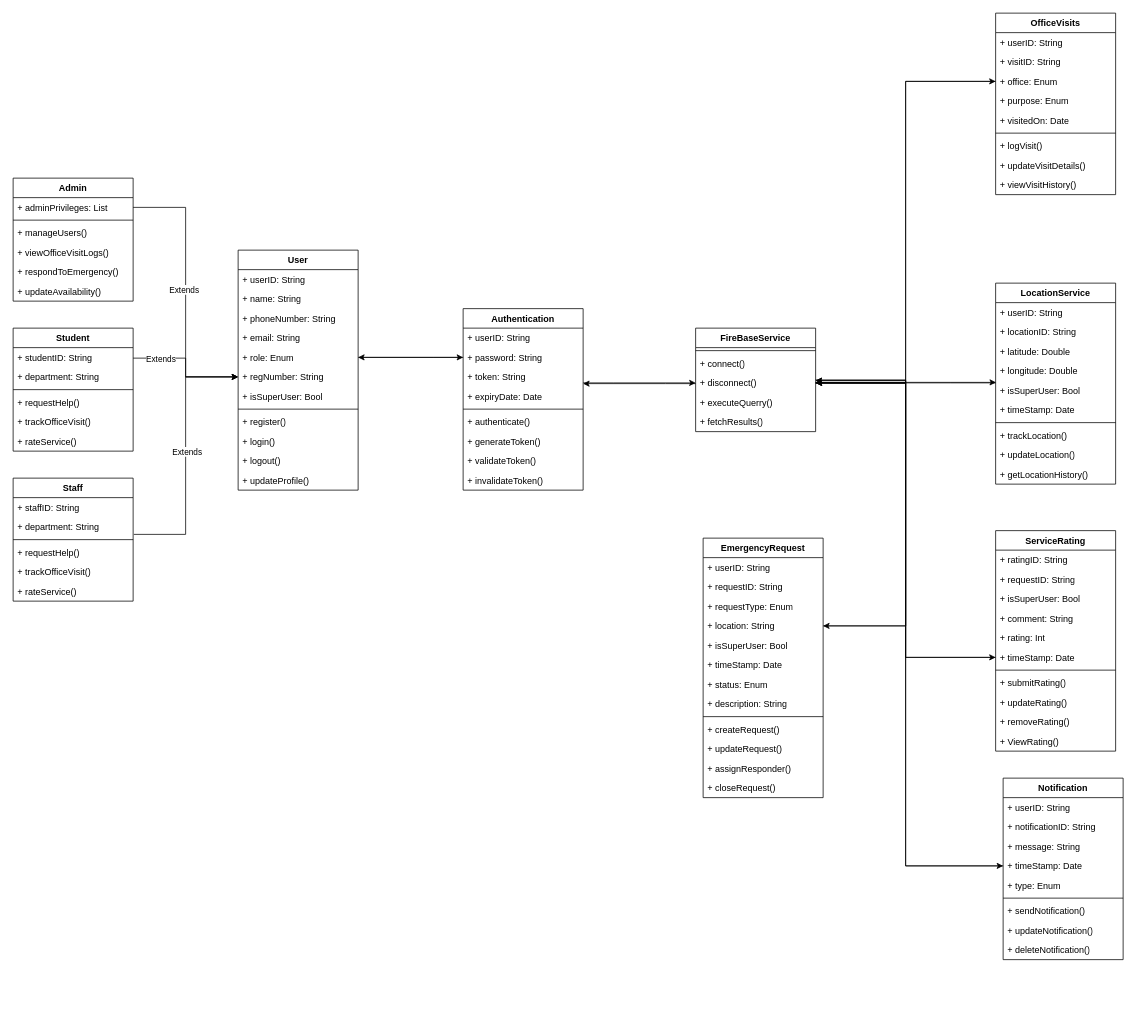
Above: documentation/UML/ClassDiagram.drawio in JohnKibocha/dekut_call_for_help (draw.io), before the change. Source tidied: cells renumbered, new cells numbered last; positions are measured from the earlier drawing's top-left corner, leaving out a move shared by most shapes. Both pictures are drawn from the tidied source at 75%, with x=0, y=0 at pixel (13, 13).
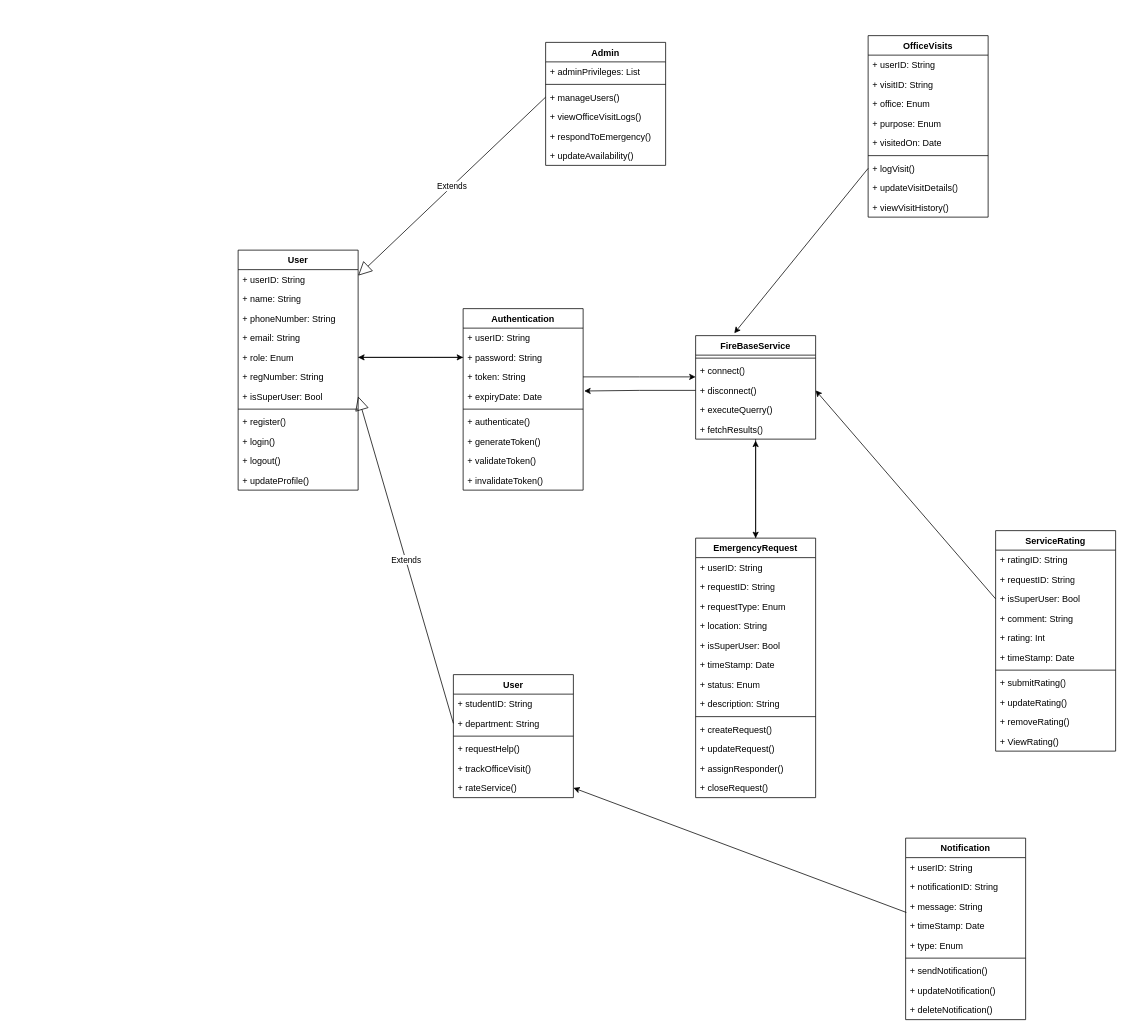
The same page after the edit.

Unchanged cells that the change refers to:
```xml
<mxCell id="8" value="+ regNumber: String" style="text;strokeColor=none;fillColor=none;align=left;verticalAlign=top;spacingLeft=4;spacingRight=4;overflow=hidden;points=[[0,0.5],[1,0.5]];portConstraint=eastwest;whiteSpace=wrap;html=1;" parent="2" vertex="1">
  <mxGeometry y="156" width="160" height="26" as="geometry" />
</mxCell>
<mxCell id="9" value="+ isSuperUser: Bool" style="text;strokeColor=none;fillColor=none;align=left;verticalAlign=top;spacingLeft=4;spacingRight=4;overflow=hidden;points=[[0,0.5],[1,0.5]];portConstraint=eastwest;whiteSpace=wrap;html=1;" parent="2" vertex="1">
  <mxGeometry y="182" width="160" height="26" as="geometry" />
</mxCell>
<mxCell id="18" value="+ studentID: String" style="text;strokeColor=none;fillColor=none;align=left;verticalAlign=top;spacingLeft=4;spacingRight=4;overflow=hidden;points=[[0,0.5],[1,0.5]];portConstraint=eastwest;whiteSpace=wrap;html=1;" parent="17" vertex="1">
  <mxGeometry y="26" width="160" height="26" as="geometry" />
</mxCell>
<mxCell id="19" value="+ department: String" style="text;strokeColor=none;fillColor=none;align=left;verticalAlign=top;spacingLeft=4;spacingRight=4;overflow=hidden;points=[[0,0.5],[1,0.5]];portConstraint=eastwest;whiteSpace=wrap;html=1;" parent="17" vertex="1">
  <mxGeometry y="52" width="160" height="26" as="geometry" />
</mxCell>
<mxCell id="23" value="+ rateService()" style="text;strokeColor=none;fillColor=none;align=left;verticalAlign=top;spacingLeft=4;spacingRight=4;overflow=hidden;points=[[0,0.5],[1,0.5]];portConstraint=eastwest;whiteSpace=wrap;html=1;" parent="17" vertex="1">
  <mxGeometry y="138" width="160" height="26" as="geometry" />
</mxCell>
<mxCell id="25" value="+ adminPrivileges: List&amp;nbsp;" style="text;strokeColor=none;fillColor=none;align=left;verticalAlign=top;spacingLeft=4;spacingRight=4;overflow=hidden;points=[[0,0.5],[1,0.5]];portConstraint=eastwest;whiteSpace=wrap;html=1;" parent="24" vertex="1">
  <mxGeometry y="26" width="160" height="26" as="geometry" />
</mxCell>
<mxCell id="27" value="+ manageUsers()" style="text;strokeColor=none;fillColor=none;align=left;verticalAlign=top;spacingLeft=4;spacingRight=4;overflow=hidden;points=[[0,0.5],[1,0.5]];portConstraint=eastwest;whiteSpace=wrap;html=1;" parent="24" vertex="1">
  <mxGeometry y="60" width="160" height="26" as="geometry" />
</mxCell>
<mxCell id="43" value="Authentication" style="swimlane;fontStyle=1;align=center;verticalAlign=top;horizontal=1;startSize=26;whiteSpace=wrap;html=1;" parent="1" vertex="1">
  <mxGeometry x="600" y="394" width="160" height="242" as="geometry" />
</mxCell>
<mxCell id="46" value="+ token: String" style="text;strokeColor=none;fillColor=none;align=left;verticalAlign=top;spacingLeft=4;spacingRight=4;overflow=hidden;points=[[0,0.5],[1,0.5]];portConstraint=eastwest;whiteSpace=wrap;html=1;" parent="43" vertex="1">
  <mxGeometry y="78" width="160" height="26" as="geometry" />
</mxCell>
<mxCell id="47" value="+ expiryDate: Date" style="text;strokeColor=none;fillColor=none;align=left;verticalAlign=top;spacingLeft=4;spacingRight=4;overflow=hidden;points=[[0,0.5],[1,0.5]];portConstraint=eastwest;whiteSpace=wrap;html=1;" parent="43" vertex="1">
  <mxGeometry y="104" width="160" height="26" as="geometry" />
</mxCell>
<mxCell id="56" value="+ disconnect()" style="text;strokeColor=none;fillColor=none;align=left;verticalAlign=top;spacingLeft=4;spacingRight=4;overflow=hidden;points=[[0,0.5],[1,0.5]];portConstraint=eastwest;whiteSpace=wrap;html=1;" parent="53" vertex="1">
  <mxGeometry y="60" width="160" height="26" as="geometry" />
</mxCell>
<mxCell id="65" value="+ office: Enum" style="text;strokeColor=none;fillColor=none;align=left;verticalAlign=top;spacingLeft=4;spacingRight=4;overflow=hidden;points=[[0,0.5],[1,0.5]];portConstraint=eastwest;whiteSpace=wrap;html=1;" parent="62" vertex="1">
  <mxGeometry y="78" width="160" height="26" as="geometry" />
</mxCell>
<mxCell id="69" value="+ logVisit()" style="text;strokeColor=none;fillColor=none;align=left;verticalAlign=top;spacingLeft=4;spacingRight=4;overflow=hidden;points=[[0,0.5],[1,0.5]];portConstraint=eastwest;whiteSpace=wrap;html=1;" parent="62" vertex="1">
  <mxGeometry y="164" width="160" height="26" as="geometry" />
</mxCell>
<mxCell id="87" value="+ isSuperUser: Bool" style="text;strokeColor=none;fillColor=none;align=left;verticalAlign=top;spacingLeft=4;spacingRight=4;overflow=hidden;points=[[0,0.5],[1,0.5]];portConstraint=eastwest;whiteSpace=wrap;html=1;" parent="84" vertex="1">
  <mxGeometry y="78" width="160" height="26" as="geometry" />
</mxCell>
<mxCell id="90" value="+ timeStamp: Date" style="text;strokeColor=none;fillColor=none;align=left;verticalAlign=top;spacingLeft=4;spacingRight=4;overflow=hidden;points=[[0,0.5],[1,0.5]];portConstraint=eastwest;whiteSpace=wrap;html=1;" parent="84" vertex="1">
  <mxGeometry y="156" width="160" height="26" as="geometry" />
</mxCell>
<mxCell id="99" value="+ message: String" style="text;strokeColor=none;fillColor=none;align=left;verticalAlign=top;spacingLeft=4;spacingRight=4;overflow=hidden;points=[[0,0.5],[1,0.5]];portConstraint=eastwest;whiteSpace=wrap;html=1;" parent="96" vertex="1">
  <mxGeometry y="78" width="160" height="26" as="geometry" />
</mxCell>
<mxCell id="101" value="+ timeStamp: Date" style="text;strokeColor=none;fillColor=none;align=left;verticalAlign=top;spacingLeft=4;spacingRight=4;overflow=hidden;points=[[0,0.5],[1,0.5]];portConstraint=eastwest;whiteSpace=wrap;html=1;" parent="96" vertex="1">
  <mxGeometry y="104" width="160" height="26" as="geometry" />
</mxCell>
<mxCell id="113" value="+ location: String" style="text;strokeColor=none;fillColor=none;align=left;verticalAlign=top;spacingLeft=4;spacingRight=4;overflow=hidden;points=[[0,0.5],[1,0.5]];portConstraint=eastwest;whiteSpace=wrap;html=1;" parent="109" vertex="1">
  <mxGeometry y="104" width="160" height="26" as="geometry" />
</mxCell>
```

The edit, as a diff of the source:
```diff
@@
-    <mxCell id="15" style="edgeStyle=orthogonalEdgeStyle;rounded=0;jettySize=auto;html=1;entryX=0;entryY=0.5;entryDx=0;entryDy=0;exitX=1.006;exitY=0.885;exitDx=0;exitDy=0;exitPerimeter=0;" parent="1" edge="1" source="37" target="8">
-      <mxGeometry relative="1" as="geometry">
-        <Array as="points">
-          <mxPoint x="230" y="695" />
-          <mxPoint x="230" y="485" />
-        </Array>
-      </mxGeometry>
-    </mxCell>
-    <mxCell id="16" value="Extends" style="edgeLabel;html=1;align=center;verticalAlign=middle;" parent="15" vertex="1">
-      <mxGeometry x="0.03" y="-1" relative="1" as="geometry" />
-    </mxCell>
-    <mxCell id="17" value="Student" style="swimlane;fontStyle=1;align=center;verticalAlign=top;horizontal=1;startSize=26;whiteSpace=wrap;html=1;" parent="1" vertex="1">
-      <mxGeometry y="420" width="160" height="164" as="geometry" />
+    <mxCell id="17" value="User" style="swimlane;fontStyle=1;align=center;verticalAlign=top;horizontal=1;startSize=26;whiteSpace=wrap;html=1;" parent="1" vertex="1">
+      <mxGeometry x="587" y="882" width="160" height="164" as="geometry" />
     </mxCell>
@@
     <mxCell id="24" value="Admin" style="swimlane;fontStyle=1;align=center;verticalAlign=top;horizontal=1;startSize=26;whiteSpace=wrap;html=1;" parent="1" vertex="1">
-      <mxGeometry y="220" width="160" height="164" as="geometry" />
+      <mxGeometry x="710" y="39" width="160" height="164" as="geometry" />
     </mxCell>
@@
-    <mxCell id="31" style="edgeStyle=orthogonalEdgeStyle;rounded=0;jettySize=auto;html=1;entryX=0;entryY=0.5;entryDx=0;entryDy=0;" parent="1" edge="1" source="25" target="8">
-      <mxGeometry relative="1" as="geometry" />
-    </mxCell>
-    <mxCell id="32" value="Extends" style="edgeLabel;html=1;align=center;verticalAlign=middle;" parent="31" vertex="1">
-      <mxGeometry x="-0.02" y="-3" relative="1" as="geometry" />
-    </mxCell>
-    <mxCell id="33" style="edgeStyle=orthogonalEdgeStyle;rounded=0;jettySize=auto;html=1;entryX=0;entryY=0.5;entryDx=0;entryDy=0;" parent="1" edge="1" source="18" target="8">
-      <mxGeometry relative="1" as="geometry">
-        <Array as="points">
-          <mxPoint x="230" y="460" />
-          <mxPoint x="230" y="485" />
-        </Array>
-      </mxGeometry>
-    </mxCell>
-    <mxCell id="34" value="Extends" style="edgeLabel;html=1;align=center;verticalAlign=middle;" parent="33" vertex="1">
-      <mxGeometry x="-0.56" relative="1" as="geometry" />
-    </mxCell>
-    <mxCell id="35" value="Staff" style="swimlane;fontStyle=1;align=center;verticalAlign=top;horizontal=1;startSize=26;whiteSpace=wrap;html=1;" parent="1" vertex="1">
-      <mxGeometry y="620" width="160" height="164" as="geometry" />
-    </mxCell>
-    <mxCell id="36" value="+ staffID: String" style="text;strokeColor=none;fillColor=none;align=left;verticalAlign=top;spacingLeft=4;spacingRight=4;overflow=hidden;whiteSpace=wrap;html=1;" parent="35" vertex="1">
-      <mxGeometry y="26" width="160" height="26" as="geometry" />
-    </mxCell>
-    <mxCell id="37" value="+ department: String" style="text;strokeColor=none;fillColor=none;align=left;verticalAlign=top;spacingLeft=4;spacingRight=4;overflow=hidden;points=[[0,0.5],[1,0.5]];portConstraint=eastwest;whiteSpace=wrap;html=1;" parent="35" vertex="1">
-      <mxGeometry y="52" width="160" height="26" as="geometry" />
-    </mxCell>
-    <mxCell id="38" style="line;strokeWidth=1;fillColor=none;align=left;verticalAlign=middle;spacingTop=-1;spacingLeft=3;spacingRight=3;labelPosition=right;strokeColor=inherit;" parent="35" vertex="1">
-      <mxGeometry y="78" width="160" height="8" as="geometry" />
-    </mxCell>
-    <mxCell id="39" value="+ requestHelp()" style="text;strokeColor=none;fillColor=none;align=left;verticalAlign=top;spacingLeft=4;spacingRight=4;overflow=hidden;whiteSpace=wrap;html=1;" parent="35" vertex="1">
-      <mxGeometry y="86" width="160" height="26" as="geometry" />
-    </mxCell>
-    <mxCell id="40" value="+ trackOfficeVisit()" style="text;strokeColor=none;fillColor=none;align=left;verticalAlign=top;spacingLeft=4;spacingRight=4;overflow=hidden;whiteSpace=wrap;html=1;" parent="35" vertex="1">
-      <mxGeometry y="112" width="160" height="26" as="geometry" />
-    </mxCell>
-    <mxCell id="41" value="+ rateService()" style="text;strokeColor=none;fillColor=none;align=left;verticalAlign=top;spacingLeft=4;spacingRight=4;overflow=hidden;whiteSpace=wrap;html=1;" parent="35" vertex="1">
-      <mxGeometry y="138" width="160" height="26" as="geometry" />
-    </mxCell>
@@
+    <mxCell id="129" style="edgeStyle=orthogonalEdgeStyle;rounded=0;jettySize=auto;html=1;" parent="43" edge="1" source="46">
+      <mxGeometry relative="1" as="geometry">
+        <mxPoint x="310" y="91" as="targetPoint" />
+      </mxGeometry>
+    </mxCell>
@@
+    <mxCell id="130" style="edgeStyle=orthogonalEdgeStyle;rounded=0;jettySize=auto;html=1;entryX=0.5;entryY=0;entryDx=0;entryDy=0;" parent="1" edge="1" source="53" target="109">
+      <mxGeometry relative="1" as="geometry" />
+    </mxCell>
     <mxCell id="53" value="FireBaseService" style="swimlane;fontStyle=1;align=center;verticalAlign=top;horizontal=1;startSize=26;whiteSpace=wrap;html=1;" parent="1" vertex="1">
-      <mxGeometry x="910" y="420" width="160" height="138" as="geometry" />
+      <mxGeometry x="910" y="430" width="160" height="138" as="geometry" />
     </mxCell>
@@
-    <mxCell id="60" style="edgeStyle=orthogonalEdgeStyle;rounded=0;jettySize=auto;html=1;entryX=1;entryY=-0.154;entryDx=0;entryDy=0;entryPerimeter=0;" parent="1" edge="1" source="53" target="47">
-      <mxGeometry relative="1" as="geometry">
-        <Array as="points">
-          <mxPoint x="870" y="494" />
-          <mxPoint x="870" y="494" />
-        </Array>
-      </mxGeometry>
-    </mxCell>
-    <mxCell id="61" style="edgeStyle=orthogonalEdgeStyle;rounded=0;jettySize=auto;html=1;" parent="1" edge="1" source="46" target="56">
-      <mxGeometry relative="1" as="geometry">
-        <Array as="points">
-          <mxPoint x="800" y="493" />
-          <mxPoint x="800" y="493" />
-        </Array>
-      </mxGeometry>
-    </mxCell>
     <mxCell id="62" value="OfficeVisits" style="swimlane;fontStyle=1;align=center;verticalAlign=top;horizontal=1;startSize=26;whiteSpace=wrap;html=1;" parent="1" vertex="1">
-      <mxGeometry x="1310" width="160" height="242" as="geometry" />
+      <mxGeometry x="1140" y="30" width="160" height="242" as="geometry" />
     </mxCell>
@@
-    <mxCell id="72" style="edgeStyle=orthogonalEdgeStyle;rounded=0;jettySize=auto;html=1;entryX=1;entryY=0.5;entryDx=0;entryDy=0;" parent="1" edge="1" source="73" target="56">
-      <mxGeometry relative="1" as="geometry">
-        <Array as="points">
-          <mxPoint x="1250" y="493" />
-          <mxPoint x="1250" y="493" />
-        </Array>
-      </mxGeometry>
-    </mxCell>
-    <mxCell id="73" value="LocationService" style="swimlane;fontStyle=1;align=center;verticalAlign=top;horizontal=1;startSize=26;whiteSpace=wrap;html=1;" parent="1" vertex="1">
-      <mxGeometry x="1310" y="360" width="160" height="268" as="geometry" />
-    </mxCell>
-    <mxCell id="74" value="+ userID: String" style="text;strokeColor=none;fillColor=none;align=left;verticalAlign=top;spacingLeft=4;spacingRight=4;overflow=hidden;whiteSpace=wrap;html=1;" parent="73" vertex="1">
-      <mxGeometry y="26" width="160" height="26" as="geometry" />
-    </mxCell>
-    <mxCell id="75" value="+ locationID: String" style="text;strokeColor=none;fillColor=none;align=left;verticalAlign=top;spacingLeft=4;spacingRight=4;overflow=hidden;whiteSpace=wrap;html=1;" parent="73" vertex="1">
-      <mxGeometry y="52" width="160" height="26" as="geometry" />
-    </mxCell>
-    <mxCell id="76" value="+ latitude: Double" style="text;strokeColor=none;fillColor=none;align=left;verticalAlign=top;spacingLeft=4;spacingRight=4;overflow=hidden;whiteSpace=wrap;html=1;" parent="73" vertex="1">
-      <mxGeometry y="78" width="160" height="26" as="geometry" />
-    </mxCell>
-    <mxCell id="77" value="+ longitude: Double" style="text;strokeColor=none;fillColor=none;align=left;verticalAlign=top;spacingLeft=4;spacingRight=4;overflow=hidden;whiteSpace=wrap;html=1;" parent="73" vertex="1">
-      <mxGeometry y="104" width="160" height="26" as="geometry" />
-    </mxCell>
-    <mxCell id="78" value="+ isSuperUser: Bool" style="text;strokeColor=none;fillColor=none;align=left;verticalAlign=top;spacingLeft=4;spacingRight=4;overflow=hidden;points=[[0,0.5],[1,0.5]];portConstraint=eastwest;whiteSpace=wrap;html=1;" parent="73" vertex="1">
-      <mxGeometry y="130" width="160" height="26" as="geometry" />
-    </mxCell>
-    <mxCell id="79" value="+ timeStamp: Date" style="text;strokeColor=none;fillColor=none;align=left;verticalAlign=top;spacingLeft=4;spacingRight=4;overflow=hidden;whiteSpace=wrap;html=1;" parent="73" vertex="1">
-      <mxGeometry y="156" width="160" height="26" as="geometry" />
-    </mxCell>
-    <mxCell id="80" style="line;strokeWidth=1;fillColor=none;align=left;verticalAlign=middle;spacingTop=-1;spacingLeft=3;spacingRight=3;labelPosition=right;strokeColor=inherit;" parent="73" vertex="1">
-      <mxGeometry y="182" width="160" height="8" as="geometry" />
-    </mxCell>
-    <mxCell id="81" value="+ trackLocation()" style="text;strokeColor=none;fillColor=none;align=left;verticalAlign=top;spacingLeft=4;spacingRight=4;overflow=hidden;whiteSpace=wrap;html=1;" parent="73" vertex="1">
-      <mxGeometry y="190" width="160" height="26" as="geometry" />
-    </mxCell>
-    <mxCell id="82" value="+ updateLocation()" style="text;strokeColor=none;fillColor=none;align=left;verticalAlign=top;spacingLeft=4;spacingRight=4;overflow=hidden;whiteSpace=wrap;html=1;" parent="73" vertex="1">
-      <mxGeometry y="216" width="160" height="26" as="geometry" />
-    </mxCell>
-    <mxCell id="83" value="+ getLocationHistory()" style="text;strokeColor=none;fillColor=none;align=left;verticalAlign=top;spacingLeft=4;spacingRight=4;overflow=hidden;whiteSpace=wrap;html=1;" parent="73" vertex="1">
-      <mxGeometry y="242" width="160" height="26" as="geometry" />
-    </mxCell>
@@
     <mxCell id="96" value="Notification" style="swimlane;fontStyle=1;align=center;verticalAlign=top;horizontal=1;startSize=26;whiteSpace=wrap;html=1;" parent="1" vertex="1">
-      <mxGeometry x="1320" y="1020" width="160" height="242" as="geometry" />
+      <mxGeometry x="1190" y="1100" width="160" height="242" as="geometry" />
     </mxCell>
@@
-    <mxCell id="100" style="edgeStyle=orthogonalEdgeStyle;rounded=0;orthogonalLoop=1;jettySize=auto;html=1;" parent="96" edge="1">
-      <mxGeometry relative="1" as="geometry">
-        <mxPoint y="117" as="sourcePoint" />
-        <mxPoint x="-250" y="-530" as="targetPoint" />
-        <Array as="points">
-          <mxPoint x="-130" y="117" />
-          <mxPoint x="-130" y="-530" />
-        </Array>
-      </mxGeometry>
-    </mxCell>
@@
-    <mxCell id="107" style="edgeStyle=orthogonalEdgeStyle;rounded=0;jettySize=auto;html=1;entryX=1;entryY=0.5;entryDx=0;entryDy=0;" parent="1" edge="1" source="65" target="56">
-      <mxGeometry relative="1" as="geometry" />
-    </mxCell>
-    <mxCell id="108" style="edgeStyle=orthogonalEdgeStyle;rounded=0;jettySize=auto;html=1;entryX=1;entryY=0.5;entryDx=0;entryDy=0;" parent="1" edge="1" source="90" target="56">
-      <mxGeometry relative="1" as="geometry" />
-    </mxCell>
+    <mxCell id="131" style="edgeStyle=orthogonalEdgeStyle;rounded=0;jettySize=auto;html=1;" parent="1" edge="1" source="109">
+      <mxGeometry relative="1" as="geometry">
+        <mxPoint x="990" y="570" as="targetPoint" />
+      </mxGeometry>
+    </mxCell>
     <mxCell id="109" value="EmergencyRequest" style="swimlane;fontStyle=1;align=center;verticalAlign=top;horizontal=1;startSize=26;whiteSpace=wrap;html=1;" parent="1" vertex="1">
-      <mxGeometry x="920" y="700" width="160" height="346" as="geometry" />
+      <mxGeometry x="910" y="700" width="160" height="346" as="geometry" />
     </mxCell>
@@
-    <mxCell id="123" style="edgeStyle=orthogonalEdgeStyle;rounded=0;jettySize=auto;html=1;entryX=0;entryY=0.5;entryDx=0;entryDy=0;" parent="1" edge="1" source="56" target="65">
-      <mxGeometry relative="1" as="geometry" />
-    </mxCell>
-    <mxCell id="124" style="edgeStyle=orthogonalEdgeStyle;rounded=0;jettySize=auto;html=1;entryX=0.003;entryY=0.09;entryDx=0;entryDy=0;entryPerimeter=0;" parent="1" edge="1" source="53" target="78">
-      <mxGeometry relative="1" as="geometry" />
-    </mxCell>
-    <mxCell id="125" style="edgeStyle=orthogonalEdgeStyle;rounded=0;jettySize=auto;html=1;entryX=0;entryY=0.5;entryDx=0;entryDy=0;" parent="1" edge="1" source="56" target="90">
-      <mxGeometry relative="1" as="geometry" />
-    </mxCell>
-    <mxCell id="126" style="edgeStyle=orthogonalEdgeStyle;rounded=0;jettySize=auto;html=1;entryX=1;entryY=0.5;entryDx=0;entryDy=0;" parent="1" edge="1" source="56" target="113">
-      <mxGeometry relative="1" as="geometry">
-        <Array as="points">
-          <mxPoint x="1190" y="493" />
-          <mxPoint x="1190" y="817" />
-        </Array>
-      </mxGeometry>
-    </mxCell>
-    <mxCell id="127" style="edgeStyle=orthogonalEdgeStyle;rounded=0;jettySize=auto;html=1;" parent="1" edge="1" source="113" target="56">
-      <mxGeometry relative="1" as="geometry">
-        <Array as="points">
-          <mxPoint x="1190" y="817" />
-          <mxPoint x="1190" y="490" />
-        </Array>
-      </mxGeometry>
-    </mxCell>
-    <mxCell id="128" style="edgeStyle=orthogonalEdgeStyle;rounded=0;jettySize=auto;html=1;" parent="1" edge="1" source="56" target="101">
-      <mxGeometry relative="1" as="geometry">
-        <Array as="points">
-          <mxPoint x="1190" y="493" />
-          <mxPoint x="1190" y="1137" />
-        </Array>
-      </mxGeometry>
-    </mxCell>
+    <mxCell id="132" value="Extends" style="endArrow=block;endSize=16;endFill=0;html=1;rounded=0;exitX=0;exitY=0.5;exitDx=0;exitDy=0;" parent="1" edge="1" source="27">
+      <mxGeometry relative="1" as="geometry">
+        <mxPoint x="460" y="350" as="targetPoint" />
+      </mxGeometry>
+    </mxCell>
+    <mxCell id="133" value="Extends" style="endArrow=block;endSize=16;endFill=0;html=1;rounded=0;exitX=0;exitY=0.5;exitDx=0;exitDy=0;entryX=1;entryY=0.5;entryDx=0;entryDy=0;" parent="1" edge="1" source="19" target="9">
+      <mxGeometry relative="1" as="geometry" />
+    </mxCell>
+    <mxCell id="134" style="endArrow=classic;html=1;rounded=0;entryX=0.322;entryY=-0.023;entryDx=0;entryDy=0;entryPerimeter=0;exitX=0;exitY=0.5;exitDx=0;exitDy=0;" parent="1" edge="1" source="69" target="53">
+      <mxGeometry relative="1" as="geometry" />
+    </mxCell>
+    <mxCell id="135" style="edgeStyle=orthogonalEdgeStyle;rounded=0;jettySize=auto;html=1;entryX=1.009;entryY=0.224;entryDx=0;entryDy=0;entryPerimeter=0;" parent="1" edge="1" source="56" target="47">
+      <mxGeometry relative="1" as="geometry" />
+    </mxCell>
+    <mxCell id="136" style="endArrow=classic;html=1;rounded=0;entryX=1;entryY=0.5;entryDx=0;entryDy=0;exitX=0;exitY=0.5;exitDx=0;exitDy=0;" parent="1" edge="1" source="87" target="56">
+      <mxGeometry relative="1" as="geometry" />
+    </mxCell>
+    <mxCell id="137" style="endArrow=classic;html=1;rounded=0;entryX=1;entryY=0.5;entryDx=0;entryDy=0;exitX=0.006;exitY=0.812;exitDx=0;exitDy=0;exitPerimeter=0;" parent="1" edge="1" source="99" target="23">
+      <mxGeometry relative="1" as="geometry" />
+    </mxCell>
```
